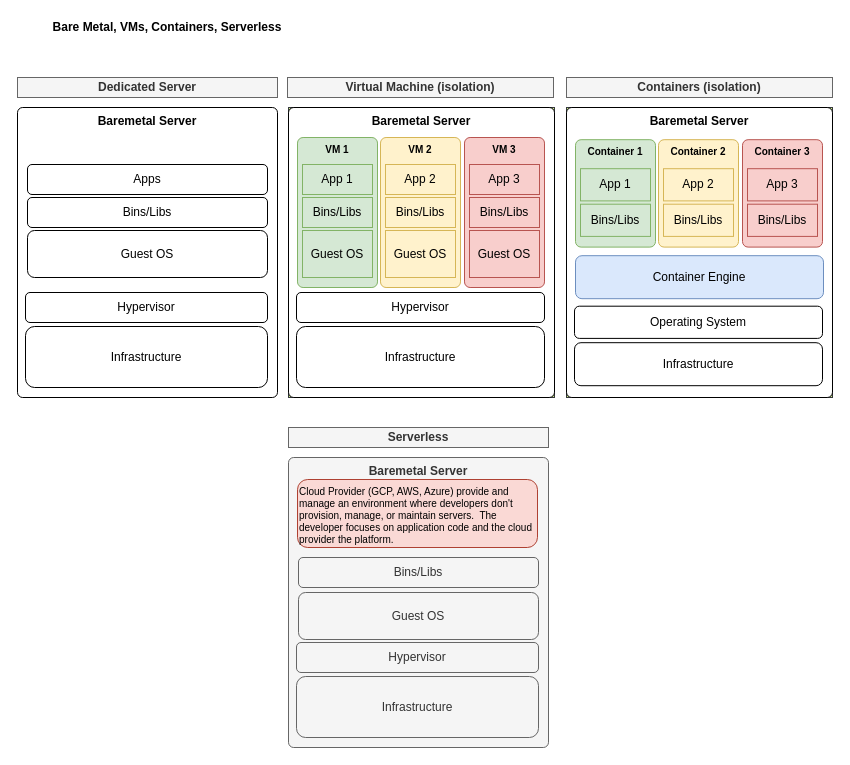
Above: page "Bare Metal Vs" (6 of 14) of Copy of Legacy Modernization.drawio in dosborne118/source (draw.io), before the change. Source tidied: cells renumbered, new cells numbered last; positions are measured from the earlier drawing's top-left corner, leaving out a move shared by most shapes. Both pictures are drawn from the tidied source at 100%, with x=0, y=0 at pixel (17, 17).
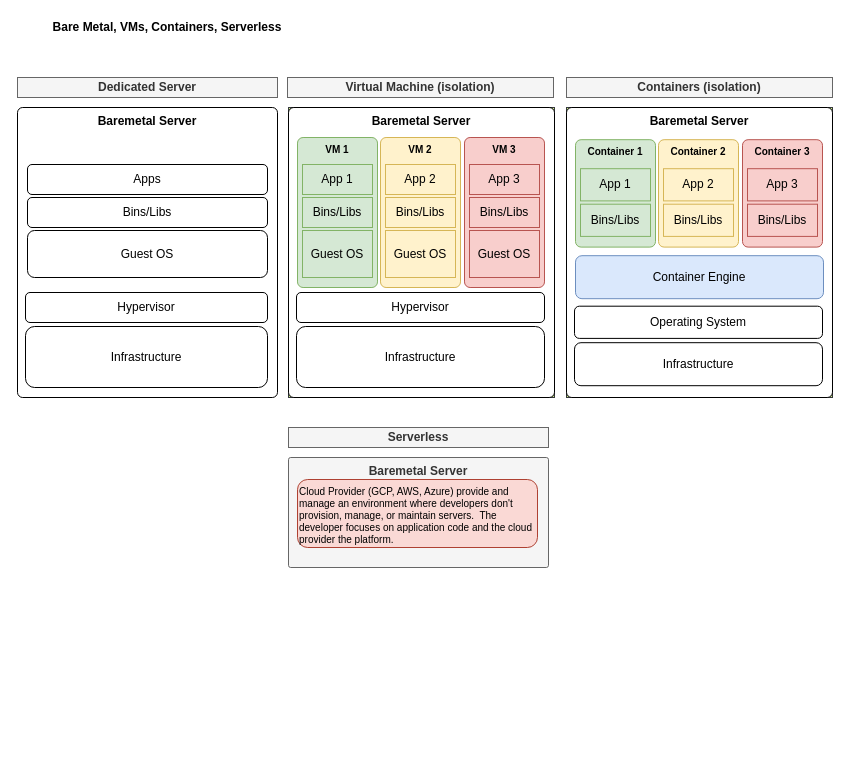
The same diagram, later.

The edit, as a diff of the source:
```diff
@@
     <mxCell id="42" value="&lt;b style=&quot;font-size: 12px&quot;&gt;Baremetal Server&lt;/b&gt;" style="rounded=1;whiteSpace=wrap;html=1;sketch=0;fontSize=12;align=center;arcSize=2;verticalAlign=top;fillColor=#f5f5f5;strokeColor=#666666;fontColor=#333333;" parent="1" vertex="1">
-      <mxGeometry x="271" y="440" width="260" height="290" as="geometry" />
+      <mxGeometry x="271" y="440" width="260" height="110" as="geometry" />
     </mxCell>
-    <mxCell id="43" value="Infrastructure" style="rounded=1;whiteSpace=wrap;html=1;sketch=0;fontSize=12;align=center;fillColor=#f5f5f5;strokeColor=#666666;fontColor=#333333;" parent="1" vertex="1">
-      <mxGeometry x="279" y="659" width="242" height="61" as="geometry" />
-    </mxCell>
-    <mxCell id="44" value="Hypervisor" style="rounded=1;whiteSpace=wrap;html=1;sketch=0;fontSize=12;align=center;fillColor=#f5f5f5;strokeColor=#666666;fontColor=#333333;" parent="1" vertex="1">
-      <mxGeometry x="279" y="625" width="242" height="30" as="geometry" />
-    </mxCell>
-    <mxCell id="45" value="Guest OS" style="rounded=1;whiteSpace=wrap;html=1;sketch=0;fontSize=12;align=center;fillColor=#f5f5f5;strokeColor=#666666;fontColor=#333333;" parent="1" vertex="1">
-      <mxGeometry x="281" y="575" width="240" height="47" as="geometry" />
-    </mxCell>
-    <mxCell id="46" value="Bins/Libs" style="rounded=1;whiteSpace=wrap;html=1;sketch=0;fontSize=12;align=center;fillColor=#f5f5f5;strokeColor=#666666;fontColor=#333333;" parent="1" vertex="1">
-      <mxGeometry x="281" y="540" width="240" height="30" as="geometry" />
-    </mxCell>
```
